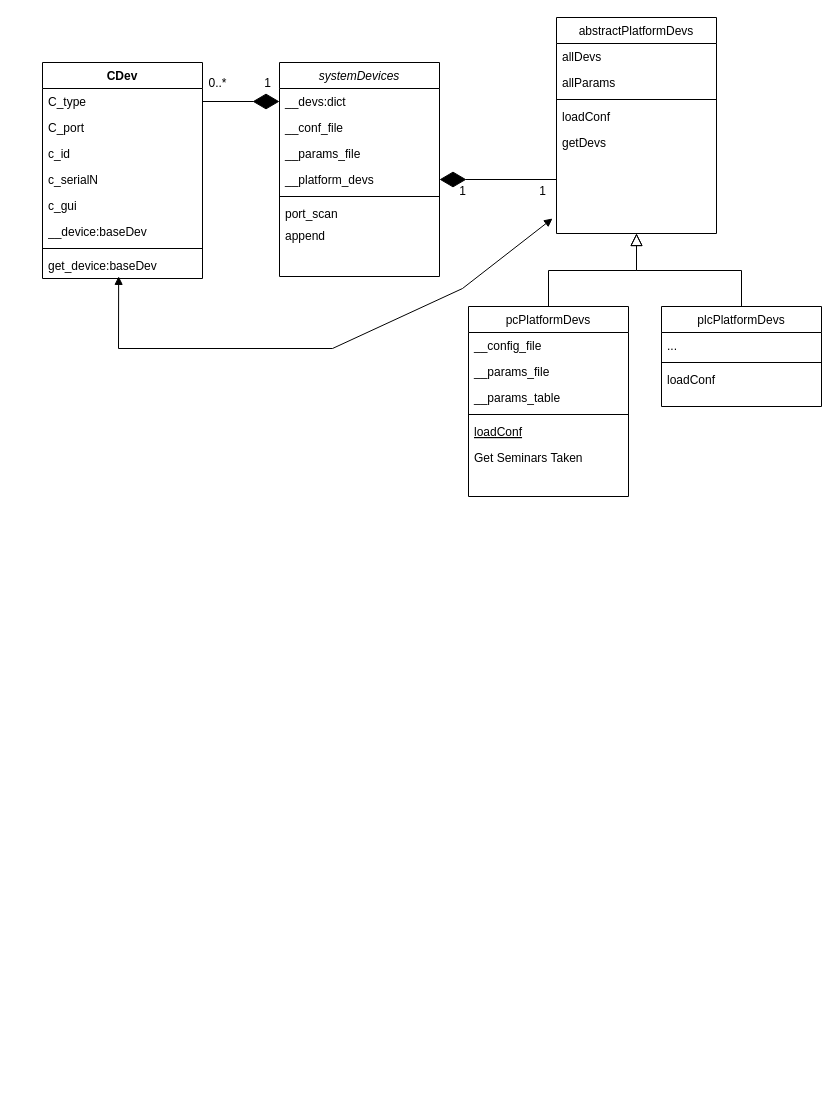
This is v5 class diagram.drawio from lvoldman/v5, a draw.io file, before an edit. Source tidied: cells renumbered, new cells numbered last; positions are measured from the earlier drawing's top-left corner, leaving out a move shared by most shapes. Both pictures are drawn from the tidied source at 100%, with x=0, y=0 at pixel (42, 17).
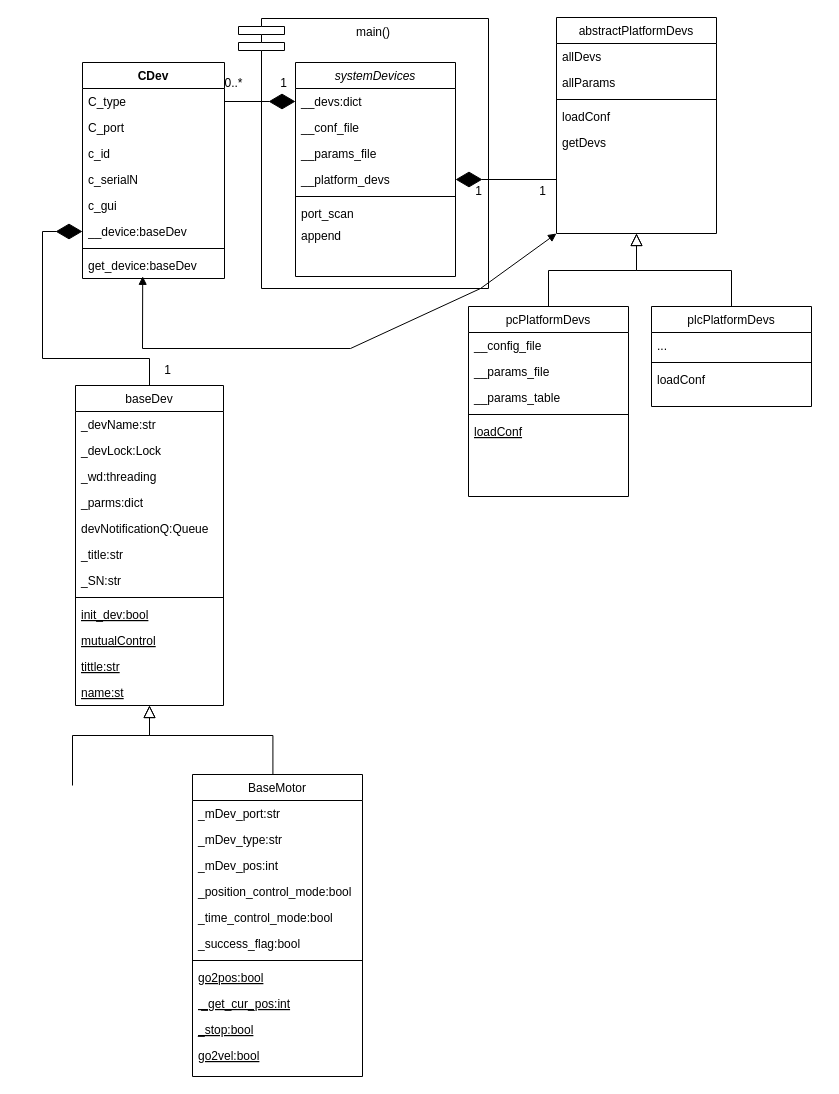
After the change.

Commit message (it also covers changes not shown here):
configuration cont

The change refers to these unchanged cells:
```xml
<mxCell id="10" value="pcPlatformDevs" style="swimlane;fontStyle=0;align=center;verticalAlign=top;horizontal=1;startSize=26;rounded=0;shadow=0;strokeWidth=1;" parent="1" vertex="1">
  <mxGeometry x="426" y="289" width="160" height="190" as="geometry" />
</mxCell>
<mxCell id="23" value="abstractPlatformDevs" style="swimlane;fontStyle=0;align=center;verticalAlign=top;horizontal=1;startSize=26;rounded=0;shadow=0;strokeWidth=1;" parent="1" vertex="1">
  <mxGeometry x="514" width="160" height="216" as="geometry" />
</mxCell>
```

The edit, as a diff of the source:
```diff
@@
+    <mxCell id="45" value="main()" style="shape=module;align=left;spacingLeft=20;align=center;verticalAlign=top;whiteSpace=wrap;html=1;jettyWidth=46;jettyHeight=8;" parent="1" vertex="1">
+      <mxGeometry x="196" y="1" width="250" height="270" as="geometry" />
+    </mxCell>
     <mxCell id="2" value="systemDevices" style="swimlane;fontStyle=2;align=center;verticalAlign=top;horizontal=1;startSize=26;rounded=0;shadow=0;strokeWidth=1;" parent="1" vertex="1">
-      <mxGeometry x="237" y="45" width="160" height="214" as="geometry" />
+      <mxGeometry x="253" y="45" width="160" height="214" as="geometry" />
     </mxCell>
@@
-    <mxCell id="16" value="Get Seminars Taken" style="text;align=left;verticalAlign=top;spacingLeft=4;spacingRight=4;overflow=hidden;" parent="10" vertex="1">
-      <mxGeometry y="138" width="160" height="26" as="geometry" />
-    </mxCell>
@@
     <mxCell id="18" value="plcPlatformDevs" style="swimlane;fontStyle=0;align=center;verticalAlign=top;horizontal=1;startSize=26;rounded=0;shadow=0;strokeWidth=1;" parent="1" vertex="1">
-      <mxGeometry x="619" y="289" width="160" height="100" as="geometry" />
+      <mxGeometry x="609" y="289" width="160" height="100" as="geometry" />
     </mxCell>
@@
-    <mxCell id="22" style="endArrow=block;endSize=10;endFill=0;shadow=0;strokeWidth=1;rounded=0;curved=0;edgeStyle=elbowEdgeStyle;elbow=vertical;entryX=0.5;entryY=1;entryDx=0;entryDy=0;" parent="1" edge="1" source="18" target="23">
-      <mxGeometry relative="1" as="geometry" />
+    <mxCell id="22" style="endArrow=block;endSize=10;endFill=0;shadow=0;strokeWidth=1;rounded=0;curved=0;edgeStyle=elbowEdgeStyle;elbow=vertical;" parent="1" edge="1" source="18">
+      <mxGeometry relative="1" as="geometry">
+        <mxPoint x="594" y="216" as="targetPoint" />
+      </mxGeometry>
     </mxCell>
@@
     <mxCell id="30" value="CDev" style="swimlane;fontStyle=1;align=center;verticalAlign=top;horizontal=1;startSize=26;whiteSpace=wrap;html=1;" parent="1" vertex="1">
-      <mxGeometry y="45" width="160" height="216" as="geometry" />
+      <mxGeometry x="40" y="45" width="142" height="216" as="geometry" />
     </mxCell>
     <mxCell id="31" value="C_type" style="text;strokeColor=none;fillColor=none;align=left;verticalAlign=top;spacingLeft=4;spacingRight=4;overflow=hidden;points=[[0,0.5],[1,0.5]];portConstraint=eastwest;whiteSpace=wrap;html=1;" parent="30" vertex="1">
-      <mxGeometry y="26" width="160" height="26" as="geometry" />
+      <mxGeometry y="26" width="142" height="26" as="geometry" />
     </mxCell>
     <mxCell id="32" value="C_port" style="text;strokeColor=none;fillColor=none;align=left;verticalAlign=top;spacingLeft=4;spacingRight=4;overflow=hidden;whiteSpace=wrap;html=1;" parent="30" vertex="1">
-      <mxGeometry y="52" width="160" height="26" as="geometry" />
+      <mxGeometry y="52" width="142" height="26" as="geometry" />
     </mxCell>
     <mxCell id="33" value="c_id" style="text;strokeColor=none;fillColor=none;align=left;verticalAlign=top;spacingLeft=4;spacingRight=4;overflow=hidden;whiteSpace=wrap;html=1;" parent="30" vertex="1">
-      <mxGeometry y="78" width="160" height="26" as="geometry" />
+      <mxGeometry y="78" width="142" height="26" as="geometry" />
     </mxCell>
     <mxCell id="34" value="c_serialN" style="text;strokeColor=none;fillColor=none;align=left;verticalAlign=top;spacingLeft=4;spacingRight=4;overflow=hidden;whiteSpace=wrap;html=1;" parent="30" vertex="1">
-      <mxGeometry y="104" width="160" height="26" as="geometry" />
+      <mxGeometry y="104" width="142" height="26" as="geometry" />
     </mxCell>
     <mxCell id="35" value="c_gui" style="text;strokeColor=none;fillColor=none;align=left;verticalAlign=top;spacingLeft=4;spacingRight=4;overflow=hidden;whiteSpace=wrap;html=1;" parent="30" vertex="1">
-      <mxGeometry y="130" width="160" height="26" as="geometry" />
+      <mxGeometry y="130" width="142" height="26" as="geometry" />
     </mxCell>
     <mxCell id="36" value="__device:baseDev" style="text;strokeColor=none;fillColor=none;align=left;verticalAlign=top;spacingLeft=4;spacingRight=4;overflow=hidden;points=[[0,0.5],[1,0.5]];portConstraint=eastwest;whiteSpace=wrap;html=1;" parent="30" vertex="1">
-      <mxGeometry y="156" width="160" height="26" as="geometry" />
+      <mxGeometry y="156" width="142" height="26" as="geometry" />
     </mxCell>
     <mxCell id="37" style="line;strokeWidth=1;fillColor=none;align=left;verticalAlign=middle;spacingTop=-1;spacingLeft=3;spacingRight=3;labelPosition=right;strokeColor=inherit;" parent="30" vertex="1">
-      <mxGeometry y="182" width="160" height="8" as="geometry" />
+      <mxGeometry y="182" width="142" height="8" as="geometry" />
     </mxCell>
     <mxCell id="38" value="get_device:baseDev" style="text;strokeColor=none;fillColor=none;align=left;verticalAlign=top;spacingLeft=4;spacingRight=4;overflow=hidden;points=[[0,0.5],[1,0.5]];portConstraint=eastwest;whiteSpace=wrap;html=1;" parent="30" vertex="1">
-      <mxGeometry y="190" width="160" height="26" as="geometry" />
+      <mxGeometry y="190" width="142" height="26" as="geometry" />
     </mxCell>
     <mxCell id="39" value="1" style="text;html=1;align=center;verticalAlign=middle;strokeColor=none;fillColor=none;" parent="1" vertex="1">
-      <mxGeometry x="405" y="159" width="30" height="30" as="geometry" />
+      <mxGeometry x="421" y="159" width="30" height="30" as="geometry" />
     </mxCell>
@@
     <mxCell id="42" value="1" style="text;html=1;align=center;verticalAlign=middle;strokeColor=none;fillColor=none;" parent="1" vertex="1">
-      <mxGeometry x="210" y="51" width="30" height="30" as="geometry" />
+      <mxGeometry x="226" y="51" width="30" height="30" as="geometry" />
     </mxCell>
     <mxCell id="43" value="0..*" style="text;html=1;align=center;verticalAlign=middle;strokeColor=none;fillColor=none;" parent="1" vertex="1">
-      <mxGeometry x="155" y="51" width="40" height="30" as="geometry" />
+      <mxGeometry x="171" y="51" width="40" height="30" as="geometry" />
     </mxCell>
-    <mxCell id="44" style="endArrow=block;startArrow=block;endFill=1;startFill=1;html=1;rounded=0;exitX=0.476;exitY=0.917;exitDx=0;exitDy=0;exitPerimeter=0;" parent="1" edge="1" source="38">
+    <mxCell id="44" style="endArrow=block;startArrow=block;endFill=1;startFill=1;html=1;rounded=0;exitX=0.476;exitY=0.917;exitDx=0;exitDy=0;exitPerimeter=0;entryX=0;entryY=1;entryDx=0;entryDy=0;" parent="1" edge="1" target="23">
       <mxGeometry relative="1" as="geometry">
-        <mxPoint x="510" y="201" as="targetPoint" />
+        <mxPoint x="100.2" y="258.8" as="sourcePoint" />
         <Array as="points">
-          <mxPoint x="76" y="331" />
-          <mxPoint x="290" y="331" />
-          <mxPoint x="420" y="271" />
+          <mxPoint x="100" y="331" />
+          <mxPoint x="308" y="331" />
+          <mxPoint x="438" y="271" />
         </Array>
       </mxGeometry>
     </mxCell>
+    <mxCell id="46" style="endArrow=block;endSize=10;endFill=0;shadow=0;strokeWidth=1;rounded=0;curved=0;edgeStyle=elbowEdgeStyle;elbow=vertical;entryX=0.5;entryY=1;entryDx=0;entryDy=0;" parent="1" edge="1" target="48">
+      <mxGeometry relative="1" as="geometry">
+        <mxPoint x="30" y="768" as="sourcePoint" />
+        <Array as="points">
+          <mxPoint x="70" y="718" />
+        </Array>
+      </mxGeometry>
+    </mxCell>
+    <mxCell id="47" style="endArrow=block;endSize=10;endFill=0;shadow=0;strokeWidth=1;rounded=0;curved=0;edgeStyle=elbowEdgeStyle;elbow=vertical;entryX=0.5;entryY=1;entryDx=0;entryDy=0;exitX=0.473;exitY=0;exitDx=0;exitDy=0;exitPerimeter=0;" parent="1" edge="1" source="62" target="48">
+      <mxGeometry relative="1" as="geometry">
+        <Array as="points">
+          <mxPoint x="170" y="718" />
+        </Array>
+      </mxGeometry>
+    </mxCell>
+    <mxCell id="48" value="baseDev" style="swimlane;fontStyle=0;align=center;verticalAlign=top;horizontal=1;startSize=26;rounded=0;shadow=0;strokeWidth=1;" parent="1" vertex="1">
+      <mxGeometry x="33" y="368" width="148" height="320" as="geometry" />
+    </mxCell>
+    <mxCell id="49" value="_devName:str" style="text;align=left;verticalAlign=top;spacingLeft=4;spacingRight=4;overflow=hidden;rounded=0;shadow=0;html=0;" parent="48" vertex="1">
+      <mxGeometry y="26" width="148" height="26" as="geometry" />
+    </mxCell>
+    <mxCell id="50" value="_devLock:Lock" style="text;align=left;verticalAlign=top;spacingLeft=4;spacingRight=4;overflow=hidden;rounded=0;shadow=0;html=0;" parent="48" vertex="1">
+      <mxGeometry y="52" width="148" height="26" as="geometry" />
+    </mxCell>
+    <mxCell id="51" value="_wd:threading" style="text;align=left;verticalAlign=top;spacingLeft=4;spacingRight=4;overflow=hidden;rounded=0;shadow=0;html=0;" parent="48" vertex="1">
+      <mxGeometry y="78" width="148" height="26" as="geometry" />
+    </mxCell>
+    <mxCell id="52" value="_parms:dict" style="text;align=left;verticalAlign=top;spacingLeft=4;spacingRight=4;overflow=hidden;rounded=0;shadow=0;html=0;" parent="48" vertex="1">
+      <mxGeometry y="104" width="148" height="26" as="geometry" />
+    </mxCell>
+    <mxCell id="53" value="devNotificationQ:Queue" style="text;align=left;verticalAlign=top;spacingLeft=4;spacingRight=4;overflow=hidden;rounded=0;shadow=0;html=0;" parent="48" vertex="1">
+      <mxGeometry y="130" width="148" height="26" as="geometry" />
+    </mxCell>
+    <mxCell id="54" value="_title:str" style="text;align=left;verticalAlign=top;spacingLeft=4;spacingRight=4;overflow=hidden;rounded=0;shadow=0;html=0;" parent="48" vertex="1">
+      <mxGeometry y="156" width="148" height="26" as="geometry" />
+    </mxCell>
+    <mxCell id="55" value="_SN:str" style="text;align=left;verticalAlign=top;spacingLeft=4;spacingRight=4;overflow=hidden;rounded=0;shadow=0;html=0;" parent="48" vertex="1">
+      <mxGeometry y="182" width="148" height="26" as="geometry" />
+    </mxCell>
+    <mxCell id="56" style="line;html=1;strokeWidth=1;align=left;verticalAlign=middle;spacingTop=-1;spacingLeft=3;spacingRight=3;labelPosition=right;" parent="48" vertex="1">
+      <mxGeometry y="208" width="148" height="8" as="geometry" />
+    </mxCell>
+    <mxCell id="57" value="init_dev:bool" style="text;align=left;verticalAlign=top;spacingLeft=4;spacingRight=4;overflow=hidden;fontStyle=4;" parent="48" vertex="1">
+      <mxGeometry y="216" width="148" height="26" as="geometry" />
+    </mxCell>
+    <mxCell id="58" value="mutualControl" style="text;align=left;verticalAlign=top;spacingLeft=4;spacingRight=4;overflow=hidden;fontStyle=4;" parent="48" vertex="1">
+      <mxGeometry y="242" width="148" height="26" as="geometry" />
+    </mxCell>
+    <mxCell id="59" value="tittle:str" style="text;align=left;verticalAlign=top;spacingLeft=4;spacingRight=4;overflow=hidden;fontStyle=4;" parent="48" vertex="1">
+      <mxGeometry y="268" width="148" height="26" as="geometry" />
+    </mxCell>
+    <mxCell id="60" value="name:st" style="text;align=left;verticalAlign=top;spacingLeft=4;spacingRight=4;overflow=hidden;fontStyle=4;" parent="48" vertex="1">
+      <mxGeometry y="294" width="148" height="26" as="geometry" />
+    </mxCell>
+    <mxCell id="61" style="endArrow=diamondThin;endFill=1;endSize=24;html=1;rounded=0;exitX=0.5;exitY=0;exitDx=0;exitDy=0;entryX=0;entryY=0.5;entryDx=0;entryDy=0;" parent="1" edge="1" source="48" target="36">
+      <mxGeometry relative="1" as="geometry">
+        <Array as="points">
+          <mxPoint x="107" y="341" />
+          <mxPoint y="341" />
+          <mxPoint y="214" />
+        </Array>
+      </mxGeometry>
+    </mxCell>
+    <mxCell id="62" value="BaseMotor" style="swimlane;fontStyle=0;align=center;verticalAlign=top;horizontal=1;startSize=26;rounded=0;shadow=0;strokeWidth=1;" parent="1" vertex="1">
+      <mxGeometry x="150" y="757" width="170" height="302" as="geometry" />
+    </mxCell>
+    <mxCell id="63" value="_mDev_port:str" style="text;align=left;verticalAlign=top;spacingLeft=4;spacingRight=4;overflow=hidden;rounded=0;shadow=0;html=0;" parent="62" vertex="1">
+      <mxGeometry y="26" width="170" height="26" as="geometry" />
+    </mxCell>
+    <mxCell id="64" value="_mDev_type:str" style="text;align=left;verticalAlign=top;spacingLeft=4;spacingRight=4;overflow=hidden;rounded=0;shadow=0;html=0;" parent="62" vertex="1">
+      <mxGeometry y="52" width="170" height="26" as="geometry" />
+    </mxCell>
+    <mxCell id="65" value="_mDev_pos:int" style="text;align=left;verticalAlign=top;spacingLeft=4;spacingRight=4;overflow=hidden;rounded=0;shadow=0;html=0;" parent="62" vertex="1">
+      <mxGeometry y="78" width="170" height="26" as="geometry" />
+    </mxCell>
+    <mxCell id="66" value="_position_control_mode:bool" style="text;align=left;verticalAlign=top;spacingLeft=4;spacingRight=4;overflow=hidden;rounded=0;shadow=0;html=0;" parent="62" vertex="1">
+      <mxGeometry y="104" width="170" height="26" as="geometry" />
+    </mxCell>
+    <mxCell id="67" value="_time_control_mode:bool" style="text;align=left;verticalAlign=top;spacingLeft=4;spacingRight=4;overflow=hidden;rounded=0;shadow=0;html=0;" parent="62" vertex="1">
+      <mxGeometry y="130" width="170" height="26" as="geometry" />
+    </mxCell>
+    <mxCell id="68" value="_success_flag:bool" style="text;align=left;verticalAlign=top;spacingLeft=4;spacingRight=4;overflow=hidden;rounded=0;shadow=0;html=0;" parent="62" vertex="1">
+      <mxGeometry y="156" width="170" height="26" as="geometry" />
+    </mxCell>
+    <mxCell id="69" style="line;html=1;strokeWidth=1;align=left;verticalAlign=middle;spacingTop=-1;spacingLeft=3;spacingRight=3;labelPosition=right;" parent="62" vertex="1">
+      <mxGeometry y="182" width="170" height="8" as="geometry" />
+    </mxCell>
+    <mxCell id="70" value="go2pos:bool" style="text;align=left;verticalAlign=top;spacingLeft=4;spacingRight=4;overflow=hidden;fontStyle=4;" parent="62" vertex="1">
+      <mxGeometry y="190" width="170" height="26" as="geometry" />
+    </mxCell>
+    <mxCell id="71" value=" _get_cur_pos:int" style="text;align=left;verticalAlign=top;spacingLeft=4;spacingRight=4;overflow=hidden;fontStyle=4;" parent="62" vertex="1">
+      <mxGeometry y="216" width="170" height="26" as="geometry" />
+    </mxCell>
+    <mxCell id="72" value="_stop:bool" style="text;align=left;verticalAlign=top;spacingLeft=4;spacingRight=4;overflow=hidden;fontStyle=4;" parent="62" vertex="1">
+      <mxGeometry y="242" width="170" height="26" as="geometry" />
+    </mxCell>
+    <mxCell id="73" value="go2vel:bool" style="text;align=left;verticalAlign=top;spacingLeft=4;spacingRight=4;overflow=hidden;fontStyle=4;" parent="62" vertex="1">
+      <mxGeometry y="268" width="170" height="26" as="geometry" />
+    </mxCell>
+    <mxCell id="74" value="1" style="text;html=1;align=center;verticalAlign=middle;strokeColor=none;fillColor=none;" parent="1" vertex="1">
+      <mxGeometry x="110" y="338" width="30" height="30" as="geometry" />
+    </mxCell>
```
